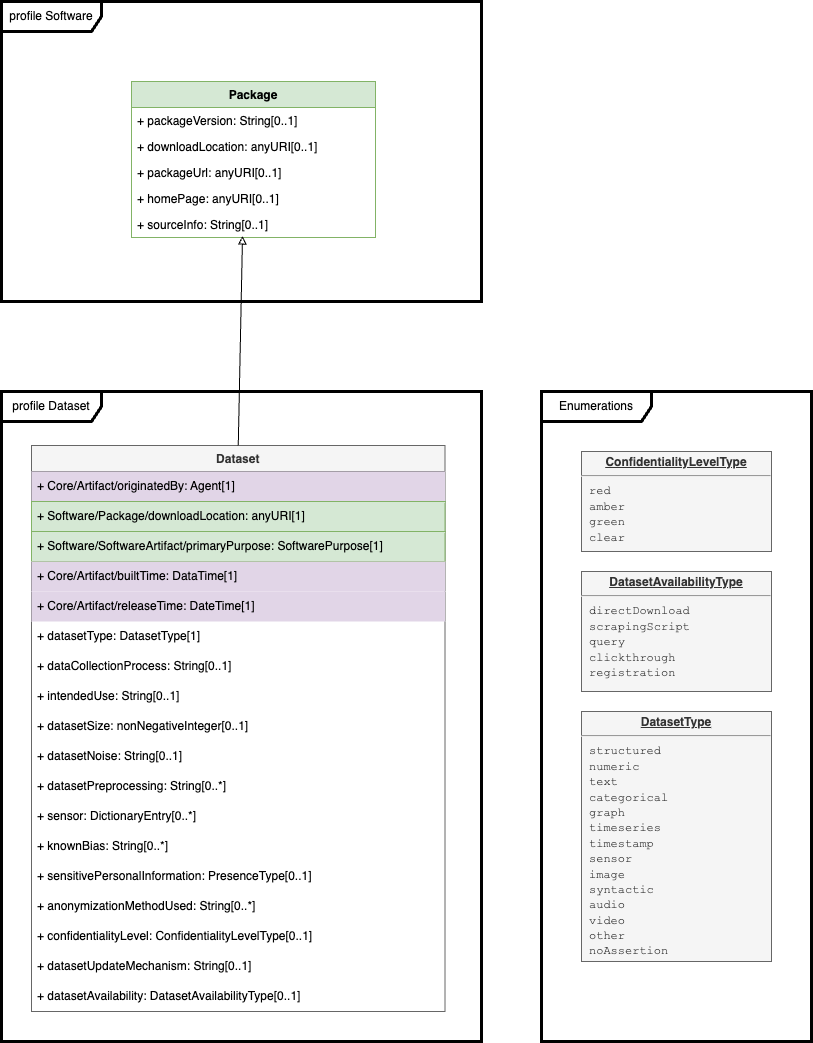
Before: model Dataset.png, a diagram exported from draw.io (spdx/spdx-3-model). Source tidied: cells renumbered, new cells last; positions are measured from the earlier drawing's top-left corner, leaving out a move shared by most shapes.
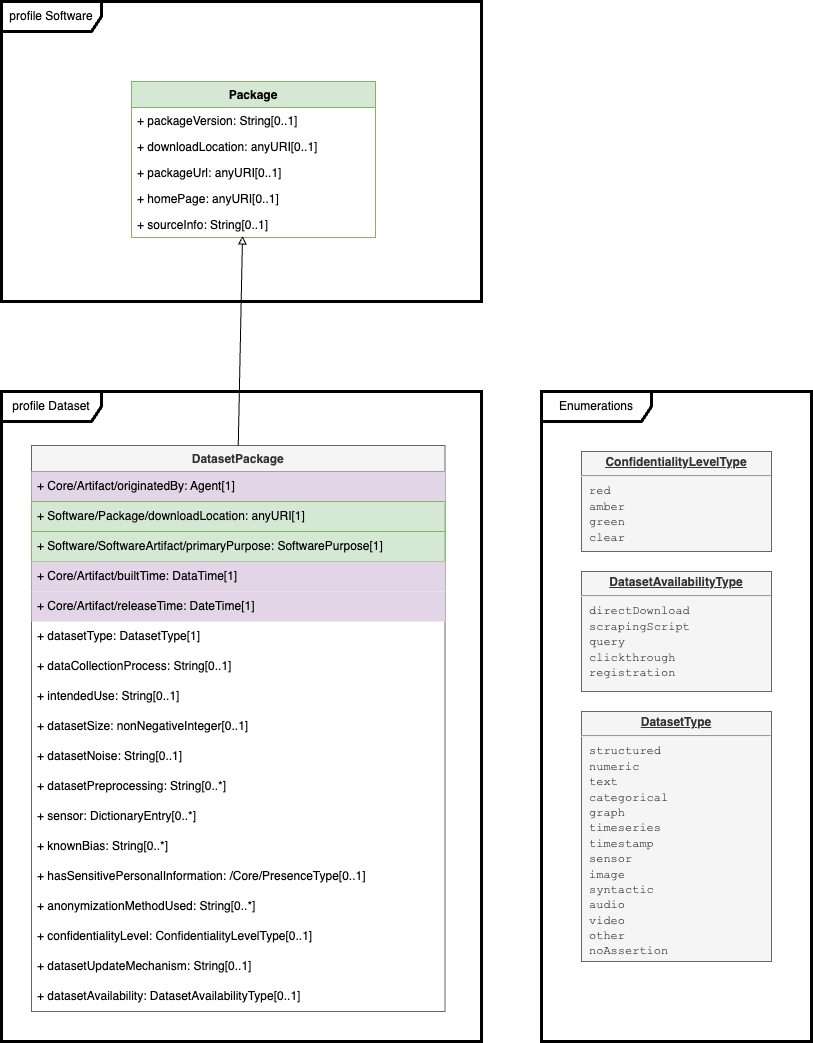
The same diagram one commit later.

What changed in the source:
```diff
@@ -26,7 +26,7 @@
     <mxCell id="9" value="profile Dataset" style="shape=umlFrame;whiteSpace=wrap;html=1;width=100;height=30;strokeWidth=3;" parent="1" vertex="1">
       <mxGeometry y="390" width="480" height="650" as="geometry" />
     </mxCell>
-    <mxCell id="10" value="Dataset" style="swimlane;fontStyle=1;horizontal=1;startSize=26;fillColor=#f5f5f5;strokeColor=#666666;fontColor=#333333;" parent="1" vertex="1">
+    <mxCell id="10" value="DatasetPackage" style="swimlane;fontStyle=1;horizontal=1;startSize=26;fillColor=#f5f5f5;strokeColor=#666666;fontColor=#333333;" parent="1" vertex="1">
       <mxGeometry x="30" y="444" width="413.5" height="566" as="geometry" />
     </mxCell>
     <mxCell id="11" value="+ Core/Artifact/originatedBy: Agent[1]" style="text;strokeColor=none;fillColor=#E1D5E7;align=left;verticalAlign=middle;spacingLeft=4;spacingRight=4;overflow=hidden;whiteSpace=wrap;html=1;" parent="10" vertex="1">
@@ -68,7 +68,7 @@
     <mxCell id="23" value="+ knownBias: String[0..*]" style="text;strokeColor=none;fillColor=none;align=left;verticalAlign=middle;spacingLeft=4;spacingRight=4;overflow=hidden;whiteSpace=wrap;html=1;" parent="10" vertex="1">
       <mxGeometry y="386" width="413.5" height="30" as="geometry" />
     </mxCell>
-    <mxCell id="24" value="+ sensitivePersonalInformation: PresenceType[0..1]" style="text;strokeColor=none;fillColor=none;align=left;verticalAlign=middle;spacingLeft=4;spacingRight=4;overflow=hidden;whiteSpace=wrap;html=1;" parent="10" vertex="1">
+    <mxCell id="24" value="+ hasSensitivePersonalInformation: /Core/PresenceType[0..1]" style="text;strokeColor=none;fillColor=none;align=left;verticalAlign=middle;spacingLeft=4;spacingRight=4;overflow=hidden;whiteSpace=wrap;html=1;" parent="10" vertex="1">
       <mxGeometry y="416" width="413.5" height="30" as="geometry" />
     </mxCell>
     <mxCell id="25" value="+ anonymizationMethodUsed: String[0..*]" style="text;strokeColor=none;fillColor=none;align=left;verticalAlign=middle;spacingLeft=4;spacingRight=4;overflow=hidden;whiteSpace=wrap;html=1;" parent="10" vertex="1">
```
